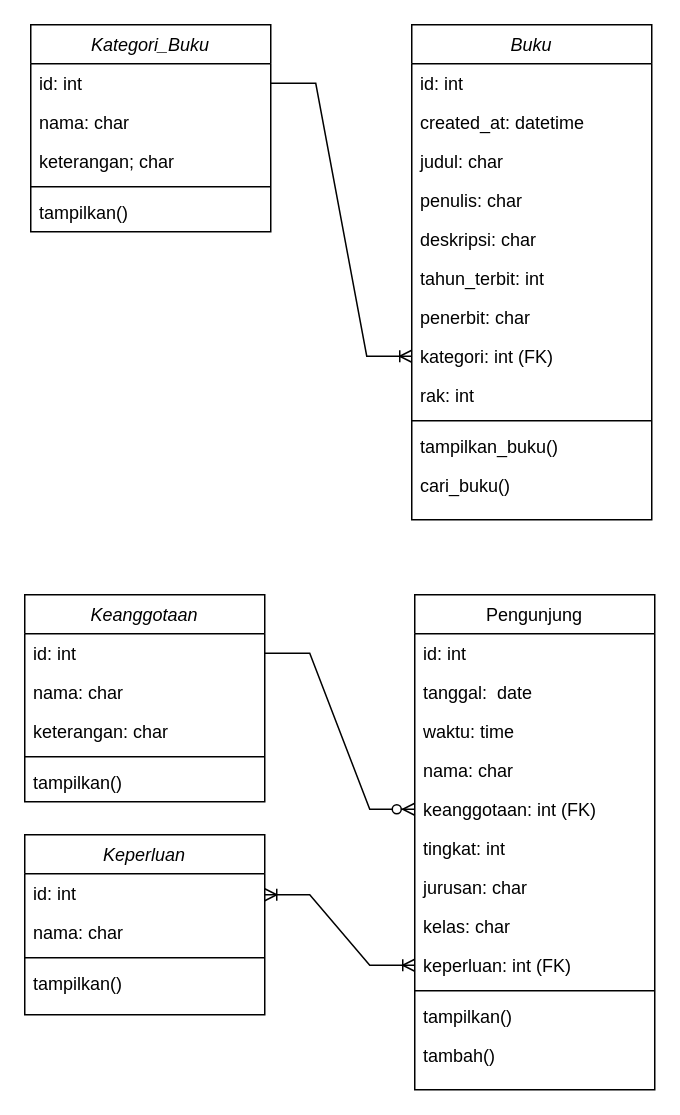
Above: Untitled Diagram.drawio in vazkya/tefa_ (draw.io), before the change. Source tidied: cells renumbered, new cells numbered last; positions are measured from the earlier drawing's top-left corner, leaving out a move shared by most shapes. Both pictures are drawn from the tidied source at 150%, with x=0, y=0 at pixel (24, 24).
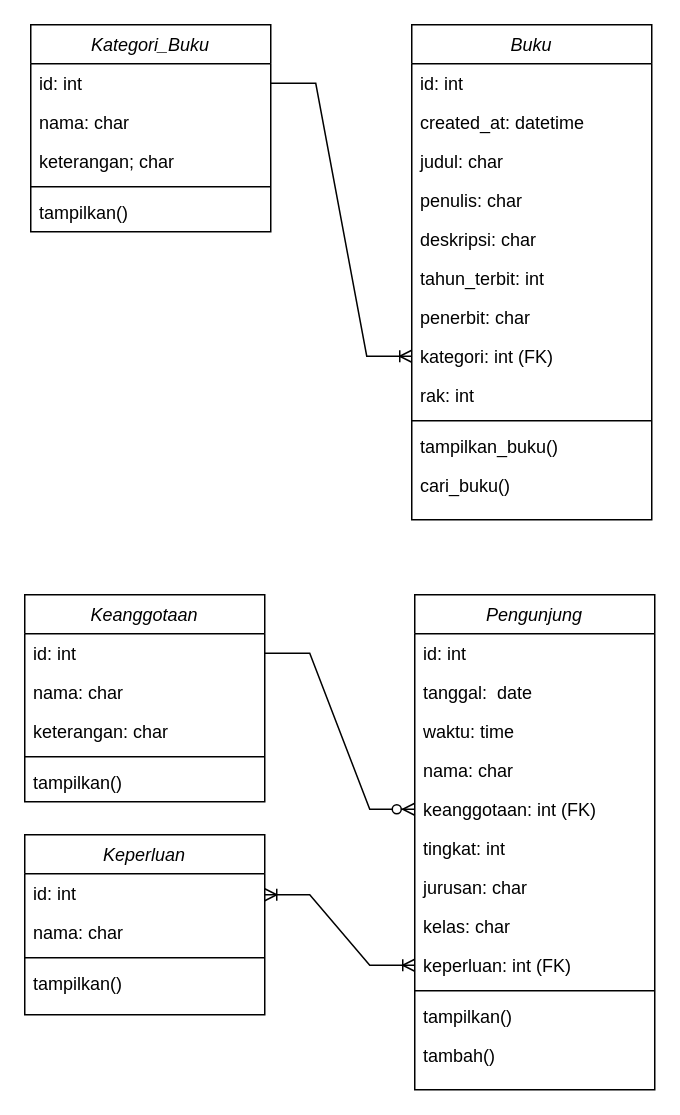
The same page after the edit.

The edit, as a diff of the source:
```diff
@@
-    <mxCell id="32" value="Pengunjung" style="swimlane;fontStyle=0;align=center;verticalAlign=top;horizontal=1;startSize=26;rounded=0;shadow=0;strokeWidth=1;" parent="1" vertex="1">
+    <mxCell id="32" value="Pengunjung" style="swimlane;fontStyle=2;align=center;verticalAlign=top;horizontal=1;startSize=26;rounded=0;shadow=0;strokeWidth=1;" parent="1" vertex="1">
       <mxGeometry x="260" y="380" width="160" height="330" as="geometry" />
     </mxCell>
```
